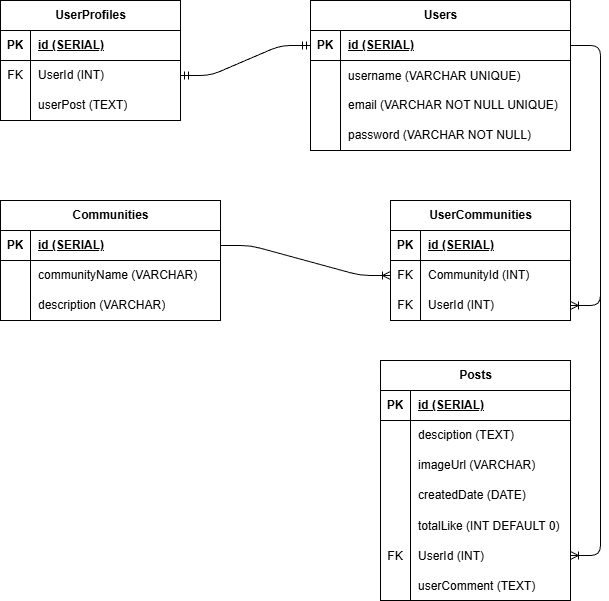
Before: schema.drawio.png, a diagram exported from draw.io (watisdis31/fsjs-p1-pairprogram). Source tidied: cells renumbered, new cells last; positions are measured from the earlier drawing's top-left corner, leaving out a move shared by most shapes.
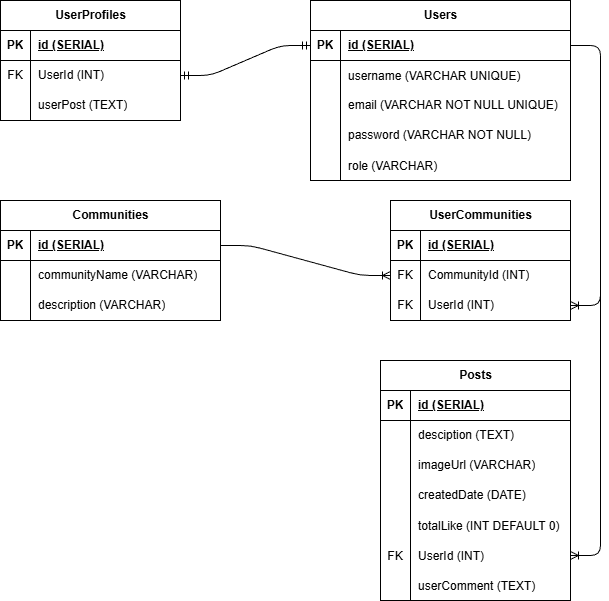
Later version of the same file.

Diff of the diagram source:
```diff
@@ -3,7 +3,7 @@
     <mxCell id="0" />
     <mxCell id="1" parent="0" />
     <mxCell id="2" value="Users" style="shape=table;startSize=30;rowLines=0;fontStyle=1;align=center;html=1;" parent="1" vertex="1">
-      <mxGeometry x="310" width="260" height="150" as="geometry" />
+      <mxGeometry x="310" width="260" height="180" as="geometry" />
     </mxCell>
     <mxCell id="3" style="shape=tableRow;horizontal=0;startSize=0;swimlaneHead=0;swimlaneBody=0;fillColor=none;points=[[0,0.5],[1,0.5]];portConstraint=eastwest;top=0;left=0;right=0;bottom=1;" parent="2" vertex="1">
       <mxGeometry y="30" width="260" height="30" as="geometry" />
@@ -41,6 +41,15 @@
     <mxCell id="14" value="password (VARCHAR NOT NULL)" style="shape=partialRectangle;fillColor=none;top=0;left=0;bottom=0;right=0;align=left;spacingLeft=6;overflow=hidden;whiteSpace=wrap;html=1;" parent="12" vertex="1">
       <mxGeometry x="30" width="230" height="30" as="geometry" />
     </mxCell>
+    <mxCell id="72" style="shape=tableRow;horizontal=0;startSize=0;swimlaneHead=0;swimlaneBody=0;fillColor=none;top=0;left=0;right=0;bottom=0;" parent="2" vertex="1">
+      <mxGeometry y="150" width="260" height="30" as="geometry" />
+    </mxCell>
+    <mxCell id="73" style="shape=partialRectangle;fillColor=none;top=0;left=0;bottom=0;right=0;overflow=hidden;" parent="72" vertex="1">
+      <mxGeometry width="30" height="30" as="geometry" />
+    </mxCell>
+    <mxCell id="74" value="role (VARCHAR)" style="shape=partialRectangle;fillColor=none;top=0;left=0;bottom=0;right=0;align=left;spacingLeft=6;overflow=hidden;" parent="72" vertex="1">
+      <mxGeometry x="30" width="230" height="30" as="geometry" />
+    </mxCell>
     <mxCell id="15" value="Posts" style="shape=table;startSize=30;rowLines=0;fontStyle=1;align=center;html=1;swimlaneFillColor=none;" parent="1" vertex="1">
       <mxGeometry x="380" y="360" width="190" height="240" as="geometry" />
     </mxCell>
```
